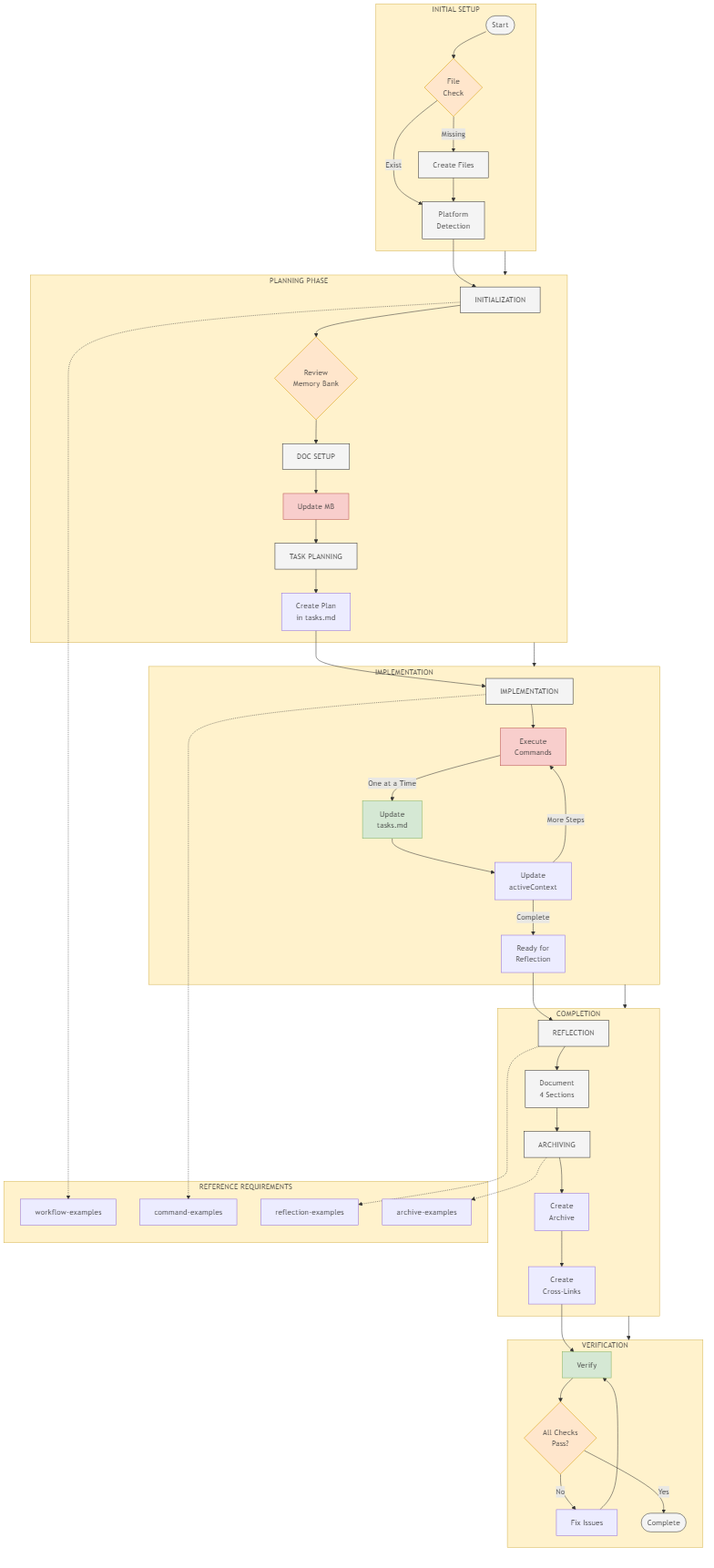
Above: images/memory-bank-diagram.png in yws-coder123/trae-memory-bank (Mermaid), before the change. Its source is kept beside it as images/memory-bank-diagram.mermaid.
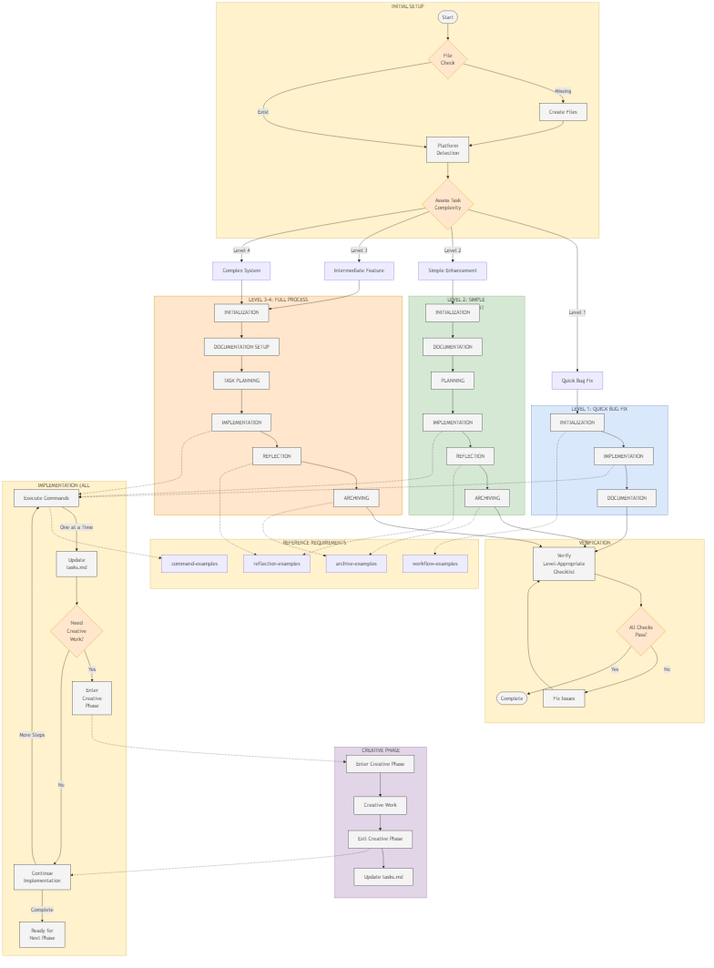
After the commit.

The edit, as a diff of the source:
```diff
@@ -4,6 +4,11 @@
     classDef bottleneck fill:#f8cecc,stroke:#b85450,stroke-width:1px,border-radius:5px
     classDef checkpoint fill:#d5e8d4,stroke:#82b366,stroke-width:1px,border-radius:5px
     classDef section fill:#fff2cc,stroke:#d6b656,stroke-width:1px,rounded:true
+    classDef level1 fill:#dae8fc,stroke:#6c8ebf,stroke-width:1px,rounded:true
+    classDef level2 fill:#d5e8d4,stroke:#82b366,stroke-width:1px,rounded:true
+    classDef level3 fill:#ffe6cc,stroke:#d79b00,stroke-width:1px,rounded:true
+    classDef level4 fill:#f8cecc,stroke:#b85450,stroke-width:1px,rounded:true
+    classDef creative fill:#e1d5e7,stroke:#9673a6,stroke-width:1px,rounded:true
 
     subgraph Setup ["INITIAL SETUP"]
         direction LR
@@ -11,37 +16,60 @@
         checkFiles -->|Missing| createFiles[Create Files]
         checkFiles -->|Exist| platformDetect[Platform<br>Detection]
         createFiles --> platformDetect
+        platformDetect --> complexityAssess{Assess Task<br>Complexity}
     end
 
-    subgraph Planning ["PLANNING PHASE"]
-        direction LR
-        init[INITIALIZATION] --> checkMB{Review<br>Memory Bank}
-        checkMB --> docSetup[DOC SETUP]
-        docSetup --> updateMB[Update MB]
-        updateMB --> planning[TASK PLANNING]
-        planning --> taskPlan[Create Plan<br>in tasks.md]
+    complexityAssess -->|Level 1| L1Flow[Quick Bug Fix]
+    complexityAssess -->|Level 2| L2Flow[Simple Enhancement]
+    complexityAssess -->|Level 3| L3Flow[Intermediate Feature]
+    complexityAssess -->|Level 4| L4Flow[Complex System]
+
+    subgraph Level1 ["LEVEL 1: QUICK BUG FIX"]
+        direction TB
+        L1Init[INITIALIZATION] --> L1Impl[IMPLEMENTATION]
+        L1Impl --> L1Doc[DOCUMENTATION]
     end
 
-    subgraph Implementation ["IMPLEMENTATION"]
-        direction LR
-        impl[IMPLEMENTATION] --> execCmd[Execute<br>Commands]
-        execCmd -->|One at a Time| updateTask[Update<br>tasks.md]
-        updateTask --> addImpl[Update<br>activeContext]
-        addImpl -->|More Steps| execCmd
-        addImpl -->|Complete| reflectStart[Ready for<br>Reflection]
+    subgraph Level2 ["LEVEL 2: SIMPLE ENHANCEMENT"]
+        direction TB
+        L2Init[INITIALIZATION] --> L2Doc[DOCUMENTATION]
+        L2Doc --> L2Plan[PLANNING]
+        L2Plan --> L2Impl[IMPLEMENTATION]
+        L2Impl --> L2Reflect[REFLECTION]
+        L2Reflect --> L2Archive[ARCHIVING]
     end
 
-    subgraph Completion ["COMPLETION"]
+    subgraph Level3_4 ["LEVEL 3-4: FULL PROCESS"]
+        direction TB
+        L3Init[INITIALIZATION] --> L3Doc[DOCUMENTATION SETUP]
+        L3Doc --> L3Plan[TASK PLANNING]
+        L3Plan --> L3Impl[IMPLEMENTATION]
+        L3Impl --> L3Reflect[REFLECTION]
+        L3Reflect --> L3Archive[ARCHIVING]
+    end
+
+    subgraph Creative ["CREATIVE PHASE"]
+        direction TB
+        creativeStart[Enter Creative Phase] --> creativeWork[Creative Work]
+        creativeWork --> creativeEnd[Exit Creative Phase]
+        creativeEnd --> creativeUpdate[Update tasks.md]
+    end
+
+    subgraph Implementation ["IMPLEMENTATION (ALL LEVELS)"]
         direction LR
-        reflect[REFLECTION] --> reflect4[Document<br>4 Sections]
-        reflect4 --> archive[ARCHIVING]
-        archive --> archiveTask[Create<br>Archive]
-        archiveTask --> crossLink[Create<br>Cross-Links]
+        impl[Execute Commands] -->|One at a Time| updateTask[Update<br>tasks.md]
+        updateTask --> needCreative{Need<br>Creative<br>Work?}
+        needCreative -->|Yes| enterCreative[Enter<br>Creative<br>Phase]
+        needCreative -->|No| continue[Continue<br>Implementation]
+        enterCreative -.-> creativeStart
+        creativeEnd -.-> continue
+        continue -->|More Steps| impl
+        continue -->|Complete| nextPhase[Ready for<br>Next Phase]
     end
 
     subgraph Verification ["VERIFICATION"]
         direction LR
-        verify[Verify] --> checkAll{All Checks<br>Pass?}
+        verify[Verify<br>Level-Appropriate<br>Checklist] --> checkAll{All Checks<br>Pass?}
         checkAll -->|No| fixIssues[Fix Issues]
         fixIssues --> verify
         checkAll -->|Yes| complete([Complete])
@@ -55,24 +83,38 @@
         ref4[archive-examples]
     end
 
-    Setup --> Planning
-    Planning --> Implementation
-    Implementation --> Completion
-    Completion --> Verification
+    L1Flow --> L1Init
+    L2Flow --> L2Init
+    L3Flow --> L3Init
+    L4Flow --> L3Init
 
-    platformDetect --> init
-    taskPlan --> impl
-    reflectStart --> reflect
-    crossLink --> verify
+    L1Impl -.-> impl
+    L2Impl -.-> impl
+    L3Impl -.-> impl
 
-    init -.-> ref1
+    L1Doc --> verify
+    L2Archive --> verify
+    L3Archive --> verify
+
+    L1Init -.-> ref1
     impl -.-> ref2
-    reflect -.-> ref3
-    archive -.-> ref4
+    L2Reflect -.-> ref3
+    L3Reflect -.-> ref3
+    L2Archive -.-> ref4
+    L3Archive -.-> ref4
 
     class start,complete process
-    class checkFiles,checkMB,checkAll decision
-    class createFiles,platformDetect,init,docSetup,planning,impl,reflect,archive,reflect4 process
-    class execCmd,updateMB bottleneck
-    class updateTask,verify checkpoint
-    class Setup,Planning,Implementation,Completion,Verification,References section
+    class checkFiles,complexityAssess,needCreative,checkAll decision
+    class createFiles,platformDetect process
+    class L1Init,L1Impl,L1Doc process
+    class L2Init,L2Doc,L2Plan,L2Impl,L2Reflect,L2Archive process
+    class L3Init,L3Doc,L3Plan,L3Impl,L3Reflect,L3Archive process
+    class impl,updateTask,enterCreative,continue,nextPhase process
+    class verify,fixIssues process
+    class creativeStart,creativeWork,creativeEnd,creativeUpdate process
+
+    class Setup,Verification,References,Implementation section
+    class Level1 level1
+    class Level2 level2
+    class Level3_4 level3
+    class Creative creative
```
